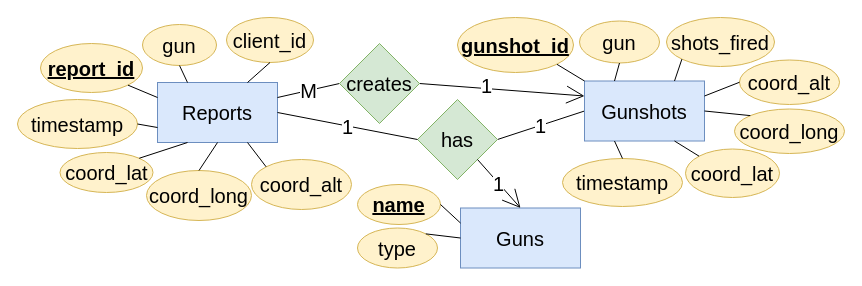
Before: web-app/misc/ER-diagram.drawio in lukas-gartman/PAGD, a draw.io diagram. Source tidied: cells renumbered, new cells numbered last; positions are measured from the earlier drawing's top-left corner, leaving out a move shared by most shapes. Both pictures are drawn from the tidied source at 100%, with x=0, y=0 at pixel (17, 17).
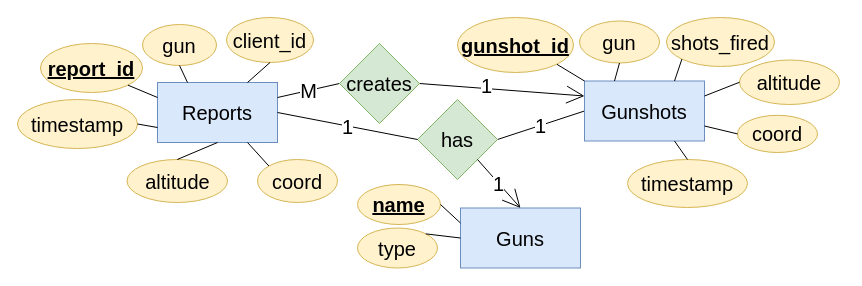
The same diagram, later.

Unchanged cells that the change refers to:
```xml
<mxCell id="3" value="&lt;font style=&quot;font-size: 20px;&quot;&gt;Reports&lt;/font&gt;" style="rounded=0;whiteSpace=wrap;html=1;shadow=0;sketch=0;fillColor=#dae8fc;strokeColor=#6c8ebf;" parent="1" vertex="1">
  <mxGeometry x="140" y="65" width="120" height="60" as="geometry" />
</mxCell>
<mxCell id="23" value="&lt;font style=&quot;font-size: 20px;&quot;&gt;Gunshots&lt;/font&gt;" style="rounded=0;whiteSpace=wrap;html=1;shadow=0;sketch=0;fillColor=#dae8fc;strokeColor=#6c8ebf;" parent="1" vertex="1">
  <mxGeometry x="567" y="63.5" width="120" height="60" as="geometry" />
</mxCell>
```

The edit, as a diff of the source:
```diff
@@
-    <mxCell id="6" value="coord_lat" style="ellipse;whiteSpace=wrap;html=1;rounded=0;shadow=0;sketch=0;fontSize=20;fillColor=#fff2cc;strokeColor=#d6b656;" parent="1" vertex="1">
-      <mxGeometry x="42.5" y="135" width="93" height="40" as="geometry" />
-    </mxCell>
-    <mxCell id="7" value="coord_long" style="ellipse;whiteSpace=wrap;html=1;rounded=0;shadow=0;sketch=0;fontSize=20;fillColor=#fff2cc;strokeColor=#d6b656;" parent="1" vertex="1">
-      <mxGeometry x="129" y="153" width="105" height="50" as="geometry" />
+    <mxCell id="7" value="altitude" style="ellipse;whiteSpace=wrap;html=1;rounded=0;shadow=0;sketch=0;fontSize=20;fillColor=#fff2cc;strokeColor=#d6b656;" parent="1" vertex="1">
+      <mxGeometry x="109.5" y="142" width="100.5" height="43" as="geometry" />
     </mxCell>
@@
-    <mxCell id="11" value="&lt;div&gt;coord_alt&lt;/div&gt;" style="ellipse;whiteSpace=wrap;html=1;rounded=0;shadow=0;sketch=0;fontSize=20;fillColor=#fff2cc;strokeColor=#d6b656;" parent="1" vertex="1">
-      <mxGeometry x="234" y="142" width="100" height="50" as="geometry" />
+    <mxCell id="11" value="coord" style="ellipse;whiteSpace=wrap;html=1;rounded=0;shadow=0;sketch=0;fontSize=20;fillColor=#fff2cc;strokeColor=#d6b656;" parent="1" vertex="1">
+      <mxGeometry x="240" y="142" width="80" height="43" as="geometry" />
     </mxCell>
@@
-    <mxCell id="17" style="endArrow=none;html=1;rounded=0;fontSize=20;entryX=0.25;entryY=1;entryDx=0;entryDy=0;exitX=1;exitY=0;exitDx=0;exitDy=0;" parent="1" edge="1" source="6" target="3">
-      <mxGeometry relative="1" as="geometry" />
-    </mxCell>
@@
-    <mxCell id="24" value="coord_lat" style="ellipse;whiteSpace=wrap;html=1;rounded=0;shadow=0;sketch=0;fontSize=20;fillColor=#fff2cc;strokeColor=#d6b656;" parent="1" vertex="1">
-      <mxGeometry x="668" y="131.5" width="94" height="48.5" as="geometry" />
+    <mxCell id="24" value="coord" style="ellipse;whiteSpace=wrap;html=1;rounded=0;shadow=0;sketch=0;fontSize=20;fillColor=#fff2cc;strokeColor=#d6b656;" parent="1" vertex="1">
+      <mxGeometry x="720" y="97.8" width="80" height="37.2" as="geometry" />
     </mxCell>
-    <mxCell id="25" value="coord_long" style="ellipse;whiteSpace=wrap;html=1;rounded=0;shadow=0;sketch=0;fontSize=20;fillColor=#fff2cc;strokeColor=#d6b656;" parent="1" vertex="1">
-      <mxGeometry x="717" y="91.5" width="110" height="44.5" as="geometry" />
-    </mxCell>
     <mxCell id="26" value="timestamp" style="ellipse;whiteSpace=wrap;html=1;rounded=0;shadow=0;sketch=0;fontSize=20;fillColor=#fff2cc;strokeColor=#d6b656;" parent="1" vertex="1">
-      <mxGeometry x="545" y="141" width="120" height="48" as="geometry" />
+      <mxGeometry x="610" y="142" width="120" height="48" as="geometry" />
     </mxCell>
@@
-    <mxCell id="29" value="&lt;div&gt;coord_alt&lt;/div&gt;" style="ellipse;whiteSpace=wrap;html=1;rounded=0;shadow=0;sketch=0;fontSize=20;fillColor=#fff2cc;strokeColor=#d6b656;" parent="1" vertex="1">
+    <mxCell id="29" value="altitude" style="ellipse;whiteSpace=wrap;html=1;rounded=0;shadow=0;sketch=0;fontSize=20;fillColor=#fff2cc;strokeColor=#d6b656;" parent="1" vertex="1">
       <mxGeometry x="722" y="42.5" width="100" height="44.5" as="geometry" />
     </mxCell>
@@
-    <mxCell id="32" style="endArrow=none;html=1;rounded=0;fontSize=20;entryX=1;entryY=0.5;entryDx=0;entryDy=0;exitX=0;exitY=0;exitDx=0;exitDy=0;" parent="1" edge="1" source="25" target="23">
-      <mxGeometry relative="1" as="geometry" />
-    </mxCell>
-    <mxCell id="33" style="endArrow=none;html=1;rounded=0;fontSize=20;entryX=0.75;entryY=1;entryDx=0;entryDy=0;exitX=0;exitY=0;exitDx=0;exitDy=0;" parent="1" edge="1" source="24" target="23">
+    <mxCell id="33" style="endArrow=none;html=1;rounded=0;fontSize=20;entryX=1;entryY=0.75;entryDx=0;entryDy=0;exitX=0;exitY=0.5;exitDx=0;exitDy=0;" parent="1" edge="1" source="24" target="23">
       <mxGeometry relative="1" as="geometry" />
     </mxCell>
-    <mxCell id="34" style="endArrow=none;html=1;rounded=0;fontSize=20;entryX=0.25;entryY=1;entryDx=0;entryDy=0;exitX=0.5;exitY=0;exitDx=0;exitDy=0;" parent="1" edge="1" source="26" target="23">
+    <mxCell id="34" style="endArrow=none;html=1;rounded=0;fontSize=20;entryX=0.75;entryY=1;entryDx=0;entryDy=0;exitX=0.5;exitY=0;exitDx=0;exitDy=0;" parent="1" edge="1" source="26" target="23">
       <mxGeometry relative="1" as="geometry" />
     </mxCell>
```
